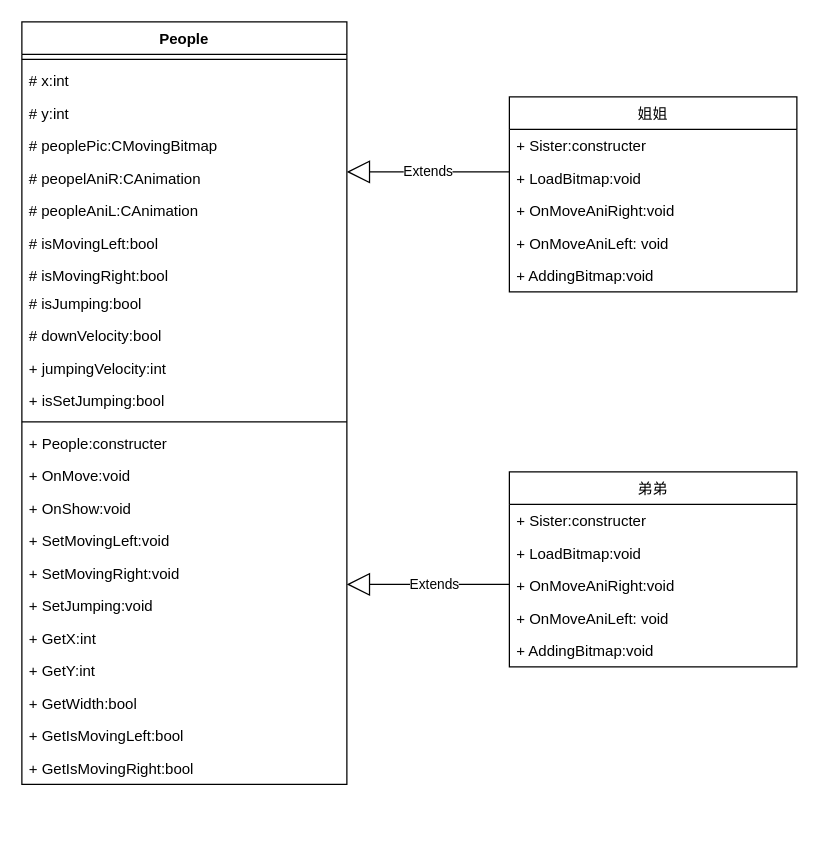
This is page "People" (2 of 6) of UML Diagram/oop_game.drawio from ggjj321/fireboy-watergirl-in-the-forest-temple, a draw.io file, before an edit. Source tidied: cells renumbered, new cells numbered last; positions are measured from the earlier drawing's top-left corner, leaving out a move shared by most shapes. Both pictures are drawn from the tidied source at 125%, with x=0, y=0 at pixel (21, 21).
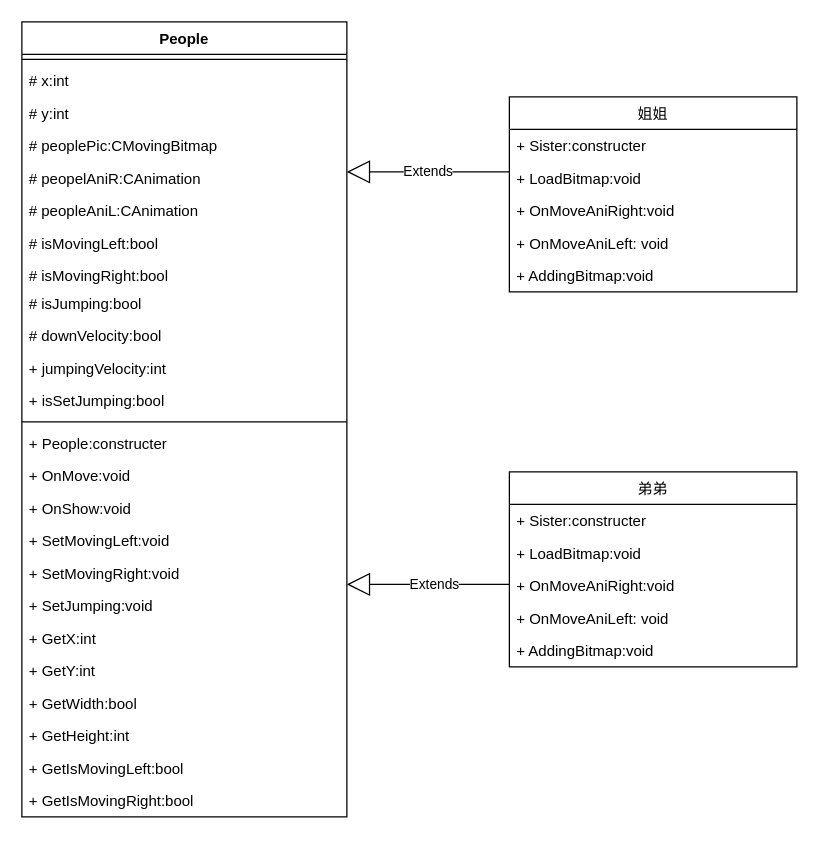
The same page after the edit.

Diff of the diagram source:
```diff
@@
     <mxCell id="2" value="People" style="swimlane;fontStyle=1;align=center;verticalAlign=top;horizontal=1;startSize=26;" parent="1" vertex="1">
-      <mxGeometry width="260" height="610" as="geometry" />
+      <mxGeometry width="260" height="636" as="geometry" />
     </mxCell>
@@
+    <mxCell id="41" value="+ GetHeight:int" style="text;strokeColor=none;fillColor=none;align=left;verticalAlign=top;spacingLeft=4;spacingRight=4;overflow=hidden;" parent="2" vertex="1">
+      <mxGeometry y="558" width="260" height="26" as="geometry" />
+    </mxCell>
     <mxCell id="25" value="+ GetIsMovingLeft:bool" style="text;strokeColor=none;fillColor=none;align=left;verticalAlign=top;spacingLeft=4;spacingRight=4;overflow=hidden;" parent="2" vertex="1">
-      <mxGeometry y="558" width="260" height="26" as="geometry" />
+      <mxGeometry y="584" width="260" height="26" as="geometry" />
     </mxCell>
     <mxCell id="26" value="+ GetIsMovingRight:bool" style="text;strokeColor=none;fillColor=none;align=left;verticalAlign=top;spacingLeft=4;spacingRight=4;overflow=hidden;" parent="2" vertex="1">
-      <mxGeometry y="584" width="260" height="26" as="geometry" />
+      <mxGeometry y="610" width="260" height="26" as="geometry" />
     </mxCell>
```
